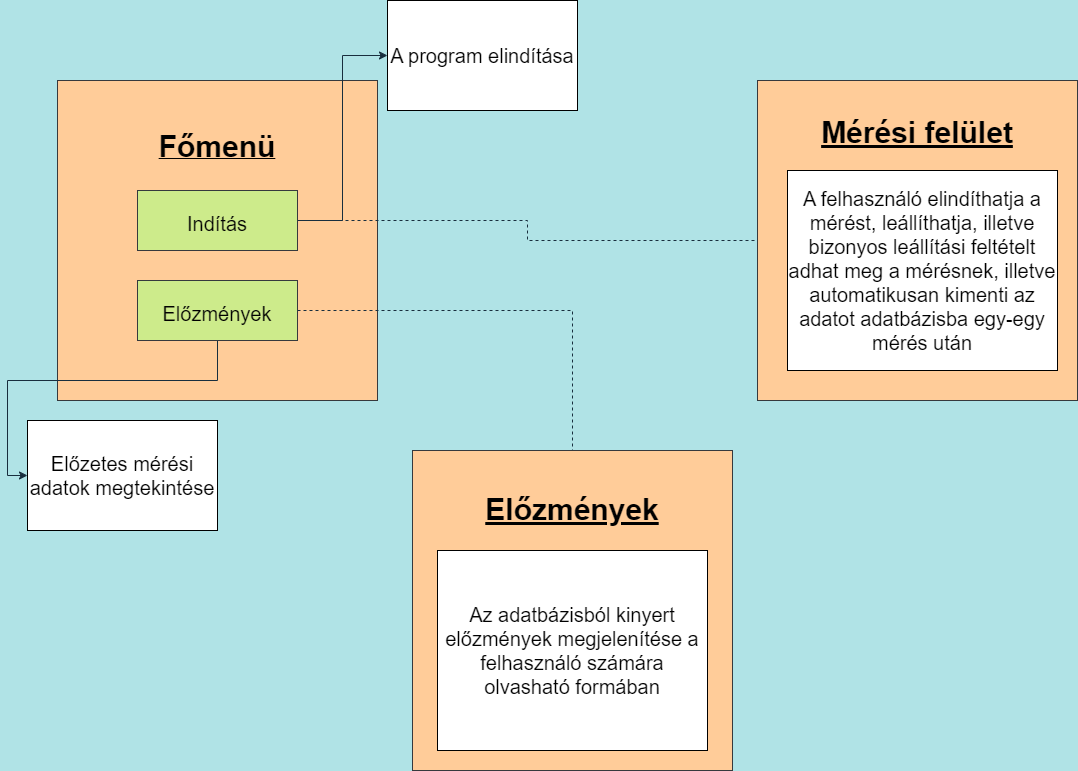
Above: media/funk_kov_abra.png in CsonkaDavid/Alberlet-Nagy-Project-SZFM (draw.io), before the change. Source tidied: cells renumbered, new cells last; positions are measured from the earlier drawing's top-left corner, leaving out a move shared by most shapes. Source of this version:
```xml
<mxGraphModel background="#B0E3E6">
  <root>
    <mxCell id="0" />
    <mxCell id="1" parent="0" />
    <mxCell id="2" value="&lt;font style=&quot;&quot;&gt;&lt;u style=&quot;&quot;&gt;&lt;b style=&quot;&quot;&gt;&lt;font style=&quot;&quot;&gt;&lt;font style=&quot;font-size: 30px;&quot;&gt;Főmenü&lt;/font&gt;&lt;br&gt;&lt;/font&gt;&lt;/b&gt;&lt;/u&gt;&lt;br&gt;&lt;br&gt;&lt;br&gt;&lt;br&gt;&lt;br&gt;&lt;br&gt;&lt;br&gt;&lt;br&gt;&lt;br&gt;&lt;br&gt;&lt;br&gt;&lt;br&gt;&lt;br&gt;&lt;/font&gt;" style="whiteSpace=wrap;html=1;fillColor=#ffcc99;strokeColor=#36393d;" parent="1" vertex="1">
      <mxGeometry x="30" y="80" width="320" height="320" as="geometry" />
    </mxCell>
    <mxCell id="3" style="edgeStyle=orthogonalEdgeStyle;rounded=0;jettySize=auto;html=1;entryX=0;entryY=0.5;entryDx=0;entryDy=0;fontSize=20;labelBackgroundColor=#B0E3E6;strokeColor=#182E3E;fontColor=#1A1A1A;" parent="1" edge="1" source="5" target="9">
      <mxGeometry relative="1" as="geometry" />
    </mxCell>
    <mxCell id="4" style="edgeStyle=orthogonalEdgeStyle;rounded=0;jettySize=auto;html=1;entryX=0;entryY=0.5;entryDx=0;entryDy=0;dashed=1;fontSize=20;endArrow=none;endFill=0;labelBackgroundColor=#B0E3E6;strokeColor=#182E3E;fontColor=#1A1A1A;" parent="1" edge="1" source="5" target="11">
      <mxGeometry relative="1" as="geometry" />
    </mxCell>
    <mxCell id="5" value="&lt;font style=&quot;font-size: 20px;&quot;&gt;Indítás&lt;/font&gt;" style="rounded=0;whiteSpace=wrap;html=1;fontSize=30;fillColor=#cdeb8b;strokeColor=#36393d;" parent="1" vertex="1">
      <mxGeometry x="110" y="190" width="160" height="60" as="geometry" />
    </mxCell>
    <mxCell id="6" style="edgeStyle=orthogonalEdgeStyle;rounded=0;jettySize=auto;html=1;entryX=0;entryY=0.5;entryDx=0;entryDy=0;fontSize=20;labelBackgroundColor=#B0E3E6;strokeColor=#182E3E;fontColor=#1A1A1A;" parent="1" edge="1" source="8" target="10">
      <mxGeometry relative="1" as="geometry" />
    </mxCell>
    <mxCell id="7" style="edgeStyle=orthogonalEdgeStyle;rounded=0;jettySize=auto;html=1;entryX=0.5;entryY=0;entryDx=0;entryDy=0;fontSize=20;endArrow=none;endFill=0;dashed=1;labelBackgroundColor=#B0E3E6;strokeColor=#182E3E;fontColor=#1A1A1A;" parent="1" edge="1" source="8" target="13">
      <mxGeometry relative="1" as="geometry" />
    </mxCell>
    <mxCell id="8" value="&lt;font style=&quot;font-size: 20px;&quot;&gt;Előzmények&lt;/font&gt;" style="rounded=0;whiteSpace=wrap;html=1;fontSize=30;fillColor=#cdeb8b;strokeColor=#36393d;" parent="1" vertex="1">
      <mxGeometry x="110" y="280" width="160" height="60" as="geometry" />
    </mxCell>
    <mxCell id="9" value="A program elindítása" style="rounded=0;whiteSpace=wrap;html=1;fontSize=20;" parent="1" vertex="1">
      <mxGeometry x="360" width="190" height="110" as="geometry" />
    </mxCell>
    <mxCell id="10" value="Előzetes mérési adatok megtekintése" style="rounded=0;whiteSpace=wrap;html=1;fontSize=20;" parent="1" vertex="1">
      <mxGeometry y="420" width="190" height="110" as="geometry" />
    </mxCell>
    <mxCell id="11" value="&lt;font style=&quot;&quot;&gt;&lt;span style=&quot;font-size: 30px;&quot;&gt;&lt;b&gt;&lt;u&gt;Mérési felület&lt;br&gt;&lt;/u&gt;&lt;/b&gt;&lt;/span&gt;&lt;br&gt;&lt;br&gt;&lt;br&gt;&lt;br&gt;&lt;br&gt;&lt;br&gt;&lt;br&gt;&lt;br&gt;&lt;br&gt;&lt;br&gt;&lt;br&gt;&lt;br&gt;&lt;br&gt;&lt;br&gt;&lt;br&gt;&lt;/font&gt;" style="whiteSpace=wrap;html=1;fillColor=#ffcc99;strokeColor=#36393d;" parent="1" vertex="1">
      <mxGeometry x="730" y="80" width="320" height="320" as="geometry" />
    </mxCell>
    <mxCell id="12" value="A felhasználó elindíthatja a mérést, leállíthatja, illetve bizonyos leállítási feltételt adhat meg a mérésnek, illetve automatikusan kimenti az adatot adatbázisba egy-egy mérés után" style="rounded=0;whiteSpace=wrap;html=1;fontSize=20;" parent="1" vertex="1">
      <mxGeometry x="760" y="170" width="270" height="200" as="geometry" />
    </mxCell>
    <mxCell id="13" value="&lt;font style=&quot;&quot;&gt;&lt;span style=&quot;font-size: 30px;&quot;&gt;&lt;b&gt;&lt;u&gt;Előzmények&lt;br&gt;&lt;/u&gt;&lt;/b&gt;&lt;/span&gt;&lt;br&gt;&lt;br&gt;&lt;br&gt;&lt;br&gt;&lt;br&gt;&lt;br&gt;&lt;br&gt;&lt;br&gt;&lt;br&gt;&lt;br&gt;&lt;br&gt;&lt;br&gt;&lt;br&gt;&lt;br&gt;&lt;/font&gt;" style="whiteSpace=wrap;html=1;fillColor=#ffcc99;strokeColor=#36393d;" parent="1" vertex="1">
      <mxGeometry x="385" y="450" width="320" height="320" as="geometry" />
    </mxCell>
    <mxCell id="14" value="Az adatbázisból kinyert előzmények megjelenítése a felhasználó számára olvasható formában" style="rounded=0;whiteSpace=wrap;html=1;fontSize=20;" parent="1" vertex="1">
      <mxGeometry x="410" y="550" width="270" height="200" as="geometry" />
    </mxCell>
  </root>
</mxGraphModel>
```
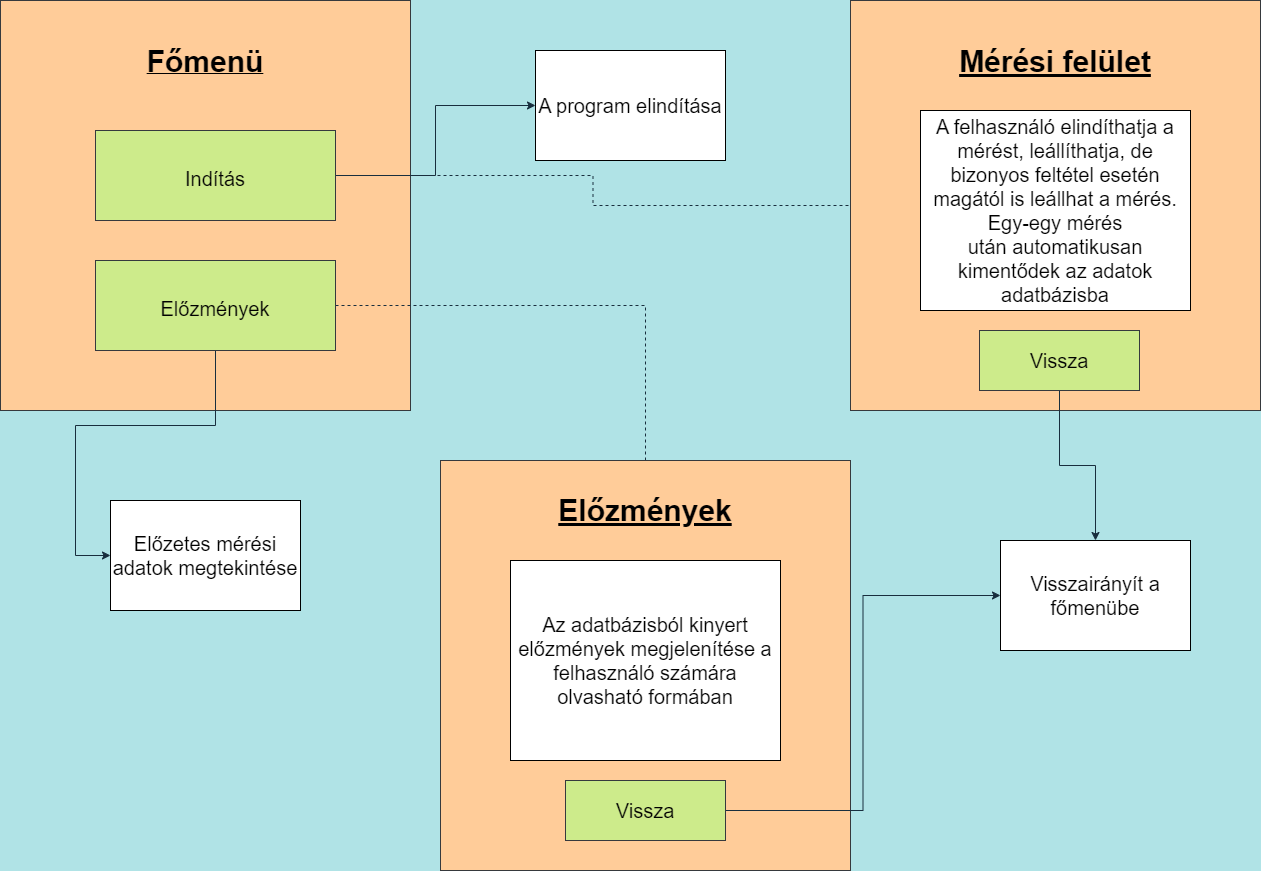
After the commit.

Commit message:
Kövspec - Funkcionális követelmények ábra bővítése és javítása

The edit, as a diff of the source:
```diff
@@ -2,8 +2,8 @@
   <root>
     <mxCell id="0" />
     <mxCell id="1" parent="0" />
-    <mxCell id="2" value="&lt;font style=&quot;&quot;&gt;&lt;u style=&quot;&quot;&gt;&lt;b style=&quot;&quot;&gt;&lt;font style=&quot;&quot;&gt;&lt;font style=&quot;font-size: 30px;&quot;&gt;Főmenü&lt;/font&gt;&lt;br&gt;&lt;/font&gt;&lt;/b&gt;&lt;/u&gt;&lt;br&gt;&lt;br&gt;&lt;br&gt;&lt;br&gt;&lt;br&gt;&lt;br&gt;&lt;br&gt;&lt;br&gt;&lt;br&gt;&lt;br&gt;&lt;br&gt;&lt;br&gt;&lt;br&gt;&lt;/font&gt;" style="whiteSpace=wrap;html=1;fillColor=#ffcc99;strokeColor=#36393d;" parent="1" vertex="1">
-      <mxGeometry x="30" y="80" width="320" height="320" as="geometry" />
+    <mxCell id="2" value="&lt;font style=&quot;&quot;&gt;&lt;u style=&quot;&quot;&gt;&lt;b style=&quot;&quot;&gt;&lt;font style=&quot;&quot;&gt;&lt;font style=&quot;font-size: 30px;&quot;&gt;Főmenü&lt;br&gt;&lt;/font&gt;&lt;br&gt;&lt;br&gt;&lt;br&gt;&lt;br&gt;&lt;br&gt;&lt;br&gt;&lt;br&gt;&lt;/font&gt;&lt;/b&gt;&lt;/u&gt;&lt;br&gt;&lt;br&gt;&lt;br&gt;&lt;br&gt;&lt;br&gt;&lt;br&gt;&lt;br&gt;&lt;br&gt;&lt;br&gt;&lt;br&gt;&lt;br&gt;&lt;br&gt;&lt;br&gt;&lt;/font&gt;" style="whiteSpace=wrap;html=1;fillColor=#ffcc99;strokeColor=#36393d;" parent="1" vertex="1">
+      <mxGeometry x="-10" width="410" height="410" as="geometry" />
     </mxCell>
     <mxCell id="3" style="edgeStyle=orthogonalEdgeStyle;rounded=0;jettySize=auto;html=1;entryX=0;entryY=0.5;entryDx=0;entryDy=0;fontSize=20;labelBackgroundColor=#B0E3E6;strokeColor=#182E3E;fontColor=#1A1A1A;" parent="1" edge="1" source="5" target="9">
       <mxGeometry relative="1" as="geometry" />
@@ -12,7 +12,7 @@
       <mxGeometry relative="1" as="geometry" />
     </mxCell>
     <mxCell id="5" value="&lt;font style=&quot;font-size: 20px;&quot;&gt;Indítás&lt;/font&gt;" style="rounded=0;whiteSpace=wrap;html=1;fontSize=30;fillColor=#cdeb8b;strokeColor=#36393d;" parent="1" vertex="1">
-      <mxGeometry x="110" y="190" width="160" height="60" as="geometry" />
+      <mxGeometry x="85" y="130" width="240" height="90" as="geometry" />
     </mxCell>
     <mxCell id="6" style="edgeStyle=orthogonalEdgeStyle;rounded=0;jettySize=auto;html=1;entryX=0;entryY=0.5;entryDx=0;entryDy=0;fontSize=20;labelBackgroundColor=#B0E3E6;strokeColor=#182E3E;fontColor=#1A1A1A;" parent="1" edge="1" source="8" target="10">
       <mxGeometry relative="1" as="geometry" />
@@ -21,25 +21,40 @@
       <mxGeometry relative="1" as="geometry" />
     </mxCell>
     <mxCell id="8" value="&lt;font style=&quot;font-size: 20px;&quot;&gt;Előzmények&lt;/font&gt;" style="rounded=0;whiteSpace=wrap;html=1;fontSize=30;fillColor=#cdeb8b;strokeColor=#36393d;" parent="1" vertex="1">
-      <mxGeometry x="110" y="280" width="160" height="60" as="geometry" />
+      <mxGeometry x="85" y="260" width="240" height="90" as="geometry" />
     </mxCell>
     <mxCell id="9" value="A program elindítása" style="rounded=0;whiteSpace=wrap;html=1;fontSize=20;" parent="1" vertex="1">
-      <mxGeometry x="360" width="190" height="110" as="geometry" />
+      <mxGeometry x="525" y="50" width="190" height="110" as="geometry" />
     </mxCell>
     <mxCell id="10" value="Előzetes mérési adatok megtekintése" style="rounded=0;whiteSpace=wrap;html=1;fontSize=20;" parent="1" vertex="1">
-      <mxGeometry y="420" width="190" height="110" as="geometry" />
+      <mxGeometry x="100" y="500" width="190" height="110" as="geometry" />
     </mxCell>
-    <mxCell id="11" value="&lt;font style=&quot;&quot;&gt;&lt;span style=&quot;font-size: 30px;&quot;&gt;&lt;b&gt;&lt;u&gt;Mérési felület&lt;br&gt;&lt;/u&gt;&lt;/b&gt;&lt;/span&gt;&lt;br&gt;&lt;br&gt;&lt;br&gt;&lt;br&gt;&lt;br&gt;&lt;br&gt;&lt;br&gt;&lt;br&gt;&lt;br&gt;&lt;br&gt;&lt;br&gt;&lt;br&gt;&lt;br&gt;&lt;br&gt;&lt;br&gt;&lt;/font&gt;" style="whiteSpace=wrap;html=1;fillColor=#ffcc99;strokeColor=#36393d;" parent="1" vertex="1">
-      <mxGeometry x="730" y="80" width="320" height="320" as="geometry" />
+    <mxCell id="11" value="&lt;font style=&quot;&quot;&gt;&lt;span style=&quot;font-size: 30px;&quot;&gt;&lt;b&gt;&lt;u&gt;Mérési felület&lt;br&gt;&lt;br&gt;&lt;br&gt;&lt;/u&gt;&lt;/b&gt;&lt;/span&gt;&lt;br&gt;&lt;br&gt;&lt;br&gt;&lt;br&gt;&lt;br&gt;&lt;br&gt;&lt;br&gt;&lt;br&gt;&lt;br&gt;&lt;br&gt;&lt;br&gt;&lt;br&gt;&lt;br&gt;&lt;br&gt;&lt;br&gt;&lt;/font&gt;" style="whiteSpace=wrap;html=1;fillColor=#ffcc99;strokeColor=#36393d;" parent="1" vertex="1">
+      <mxGeometry x="840" width="410" height="410" as="geometry" />
     </mxCell>
-    <mxCell id="12" value="A felhasználó elindíthatja a mérést, leállíthatja, illetve bizonyos leállítási feltételt adhat meg a mérésnek, illetve automatikusan kimenti az adatot adatbázisba egy-egy mérés után" style="rounded=0;whiteSpace=wrap;html=1;fontSize=20;" parent="1" vertex="1">
-      <mxGeometry x="760" y="170" width="270" height="200" as="geometry" />
+    <mxCell id="12" value="A felhasználó elindíthatja a mérést, leállíthatja, de bizonyos feltétel esetén magától is leállhat a mérés. Egy-egy mérés után&amp;nbsp;automatikusan kimentődek az adatok adatbázisba" style="rounded=0;whiteSpace=wrap;html=1;fontSize=20;" parent="1" vertex="1">
+      <mxGeometry x="910" y="110" width="270" height="200" as="geometry" />
     </mxCell>
-    <mxCell id="13" value="&lt;font style=&quot;&quot;&gt;&lt;span style=&quot;font-size: 30px;&quot;&gt;&lt;b&gt;&lt;u&gt;Előzmények&lt;br&gt;&lt;/u&gt;&lt;/b&gt;&lt;/span&gt;&lt;br&gt;&lt;br&gt;&lt;br&gt;&lt;br&gt;&lt;br&gt;&lt;br&gt;&lt;br&gt;&lt;br&gt;&lt;br&gt;&lt;br&gt;&lt;br&gt;&lt;br&gt;&lt;br&gt;&lt;br&gt;&lt;/font&gt;" style="whiteSpace=wrap;html=1;fillColor=#ffcc99;strokeColor=#36393d;" parent="1" vertex="1">
-      <mxGeometry x="385" y="450" width="320" height="320" as="geometry" />
+    <mxCell id="13" value="&lt;font style=&quot;&quot;&gt;&lt;span style=&quot;font-size: 30px;&quot;&gt;&lt;b&gt;&lt;u&gt;Előzmények&lt;br&gt;&lt;br&gt;&lt;br&gt;&lt;br&gt;&lt;/u&gt;&lt;/b&gt;&lt;/span&gt;&lt;br&gt;&lt;br&gt;&lt;br&gt;&lt;br&gt;&lt;br&gt;&lt;br&gt;&lt;br&gt;&lt;br&gt;&lt;br&gt;&lt;br&gt;&lt;br&gt;&lt;br&gt;&lt;br&gt;&lt;br&gt;&lt;/font&gt;" style="whiteSpace=wrap;html=1;fillColor=#ffcc99;strokeColor=#36393d;" parent="1" vertex="1">
+      <mxGeometry x="430" y="460" width="410" height="410" as="geometry" />
     </mxCell>
     <mxCell id="14" value="Az adatbázisból kinyert előzmények megjelenítése a felhasználó számára olvasható formában" style="rounded=0;whiteSpace=wrap;html=1;fontSize=20;" parent="1" vertex="1">
-      <mxGeometry x="410" y="550" width="270" height="200" as="geometry" />
+      <mxGeometry x="500" y="560" width="270" height="200" as="geometry" />
     </mxCell>
+    <mxCell id="15" style="edgeStyle=orthogonalEdgeStyle;rounded=0;jettySize=auto;html=1;entryX=0.5;entryY=0;entryDx=0;entryDy=0;strokeColor=#182E3E;fontSize=20;fontColor=#1A1A1A;" parent="1" edge="1" source="16" target="19">
+      <mxGeometry relative="1" as="geometry" />
+    </mxCell>
+    <mxCell id="16" value="&lt;font style=&quot;font-size: 20px;&quot;&gt;Vissza&lt;/font&gt;" style="rounded=0;whiteSpace=wrap;html=1;strokeColor=#36393d;fillColor=#cdeb8b;" parent="1" vertex="1">
+      <mxGeometry x="969" y="330" width="160" height="60" as="geometry" />
+    </mxCell>
+    <mxCell id="17" style="edgeStyle=orthogonalEdgeStyle;rounded=0;jettySize=auto;html=1;entryX=0;entryY=0.5;entryDx=0;entryDy=0;strokeColor=#182E3E;fontSize=20;fontColor=#1A1A1A;" parent="1" edge="1" source="18" target="19">
+      <mxGeometry relative="1" as="geometry" />
+    </mxCell>
+    <mxCell id="18" value="&lt;font style=&quot;font-size: 20px;&quot;&gt;Vissza&lt;/font&gt;" style="rounded=0;whiteSpace=wrap;html=1;strokeColor=#36393d;fillColor=#cdeb8b;" parent="1" vertex="1">
+      <mxGeometry x="555" y="780" width="160" height="60" as="geometry" />
+    </mxCell>
+    <mxCell id="19" value="Visszairányít a főmenübe" style="rounded=0;whiteSpace=wrap;html=1;fontSize=20;" parent="1" vertex="1">
+      <mxGeometry x="990" y="540" width="190" height="110" as="geometry" />
+    </mxCell>
   </root>
 </mxGraphModel>
```
